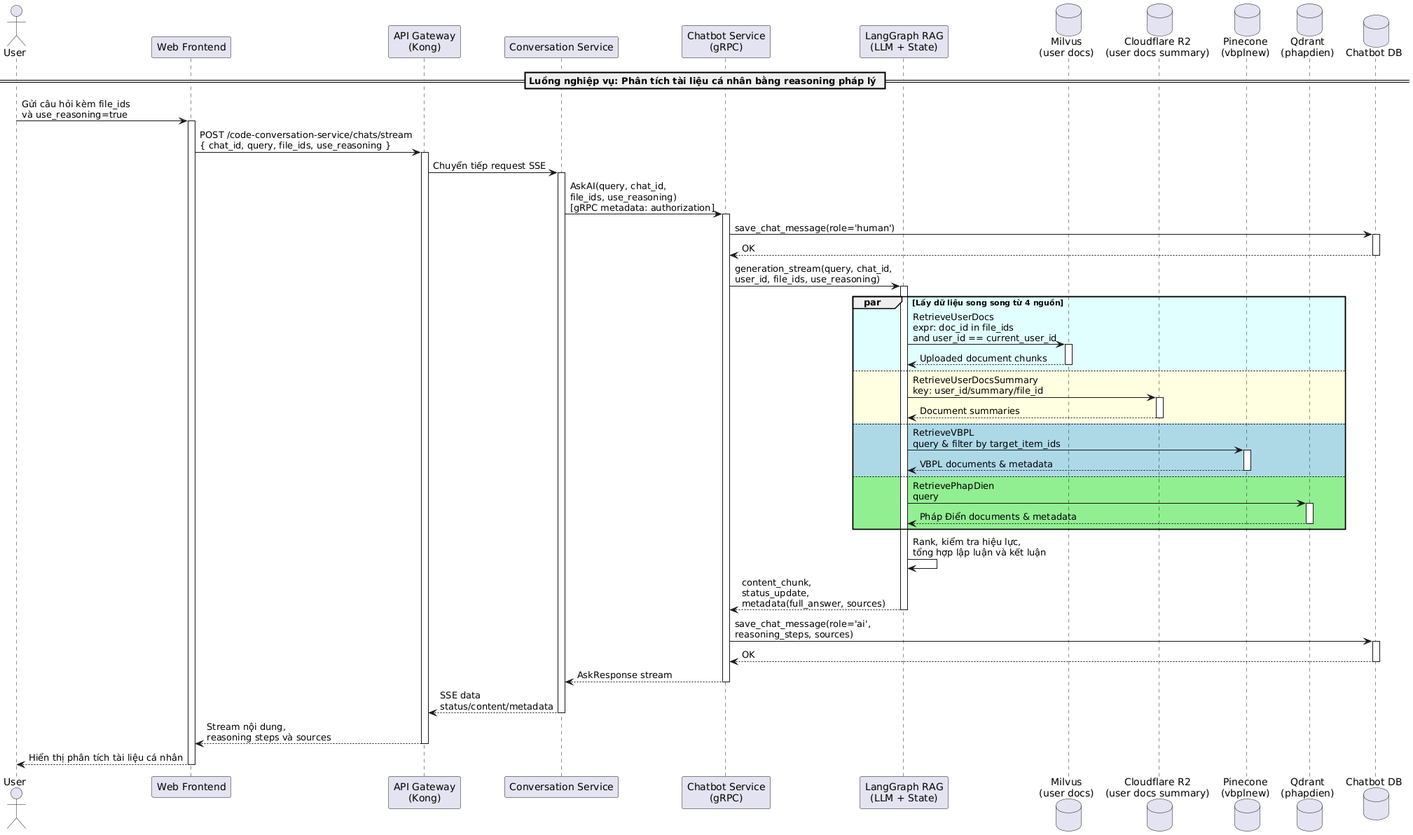
The PlantUML diagram latex/contents/Sequence/UML-Sequence-UserAnalyzePersonalDocumentRag.png in 20206205Tech/docs-latex, before a commit.
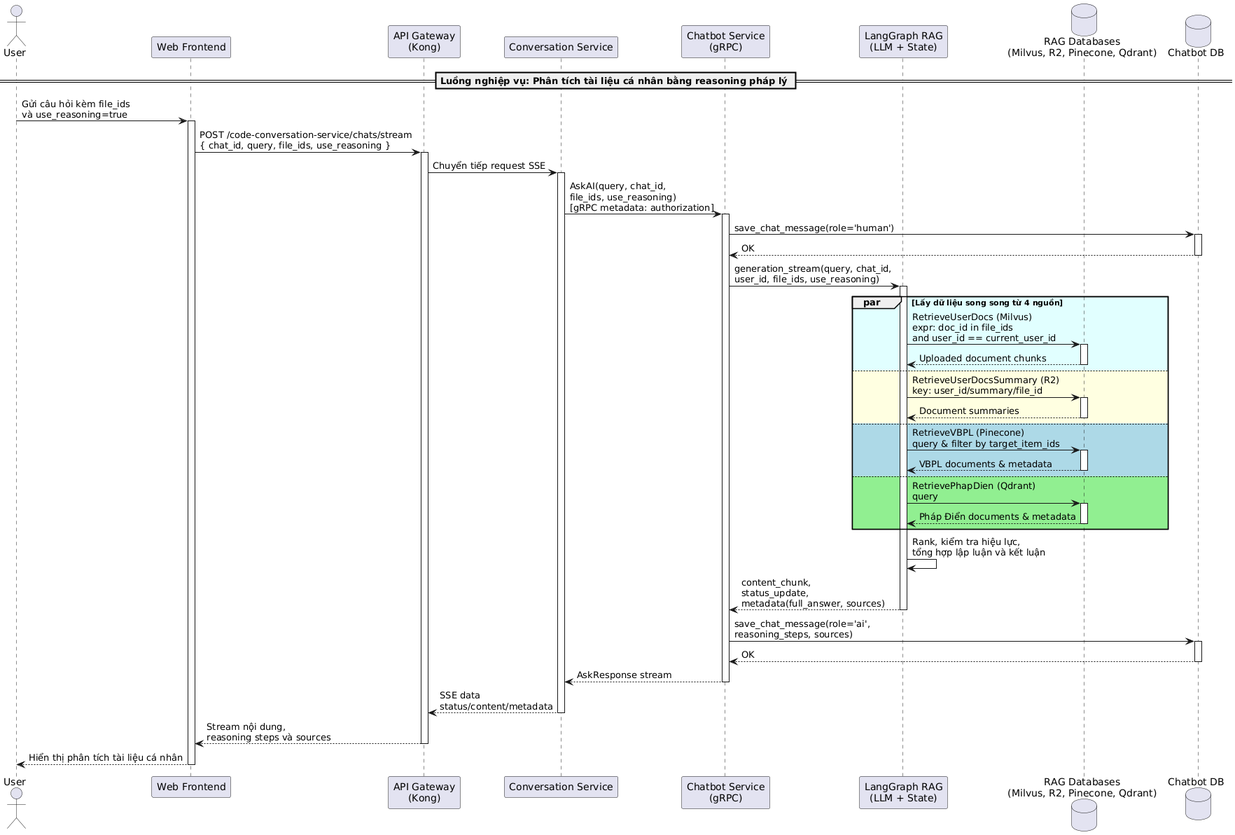
Above is the later version.

Change to the diagram source:
```diff
@@ -5,10 +5,7 @@
 participant "Conversation Service" as ConversationService
 participant "Chatbot Service\n(gRPC)" as ChatbotService
 participant "LangGraph RAG\n(LLM + State)" as RAG
-database "Milvus\n(user docs)" as Milvus
-database "Cloudflare R2\n(user docs summary)" as R2
-database "Pinecone\n(vbplnew)" as Pinecone
-database "Qdrant\n(phapdien)" as Qdrant
+database "RAG Databases\n(Milvus, R2, Pinecone, Qdrant)" as RAG_DBs
 database "Chatbot DB" as ChatbotDB
 
 == Luồng nghiệp vụ: Phân tích tài liệu cá nhân bằng reasoning pháp lý ==
@@ -33,25 +30,25 @@
 activate RAG
 
 par #LightCyan Lấy dữ liệu song song từ 4 nguồn
-    RAG -> Milvus: RetrieveUserDocs\nexpr: doc_id in file_ids\nand user_id == current_user_id
-    activate Milvus
-    Milvus --> RAG: Uploaded document chunks
-    deactivate Milvus
+    RAG -> RAG_DBs: RetrieveUserDocs (Milvus)\nexpr: doc_id in file_ids\nand user_id == current_user_id
+    activate RAG_DBs
+    RAG_DBs --> RAG: Uploaded document chunks
+    deactivate RAG_DBs
 else #LightYellow
-    RAG -> R2: RetrieveUserDocsSummary\nkey: user_id/summary/file_id
-    activate R2
-    R2 --> RAG: Document summaries
-    deactivate R2
+    RAG -> RAG_DBs: RetrieveUserDocsSummary (R2)\nkey: user_id/summary/file_id
+    activate RAG_DBs
+    RAG_DBs --> RAG: Document summaries
+    deactivate RAG_DBs
 else #LightBlue
-    RAG -> Pinecone: RetrieveVBPL\nquery & filter by target_item_ids
-    activate Pinecone
-    Pinecone --> RAG: VBPL documents & metadata
-    deactivate Pinecone
+    RAG -> RAG_DBs: RetrieveVBPL (Pinecone)\nquery & filter by target_item_ids
+    activate RAG_DBs
+    RAG_DBs --> RAG: VBPL documents & metadata
+    deactivate RAG_DBs
 else #LightGreen
-    RAG -> Qdrant: RetrievePhapDien\nquery
-    activate Qdrant
-    Qdrant --> RAG: Pháp Điển documents & metadata
-    deactivate Qdrant
+    RAG -> RAG_DBs: RetrievePhapDien (Qdrant)\nquery
+    activate RAG_DBs
+    RAG_DBs --> RAG: Pháp Điển documents & metadata
+    deactivate RAG_DBs
 end
 
 RAG -> RAG: Rank, kiểm tra hiệu lực,\ntổng hợp lập luận và kết luận
```
